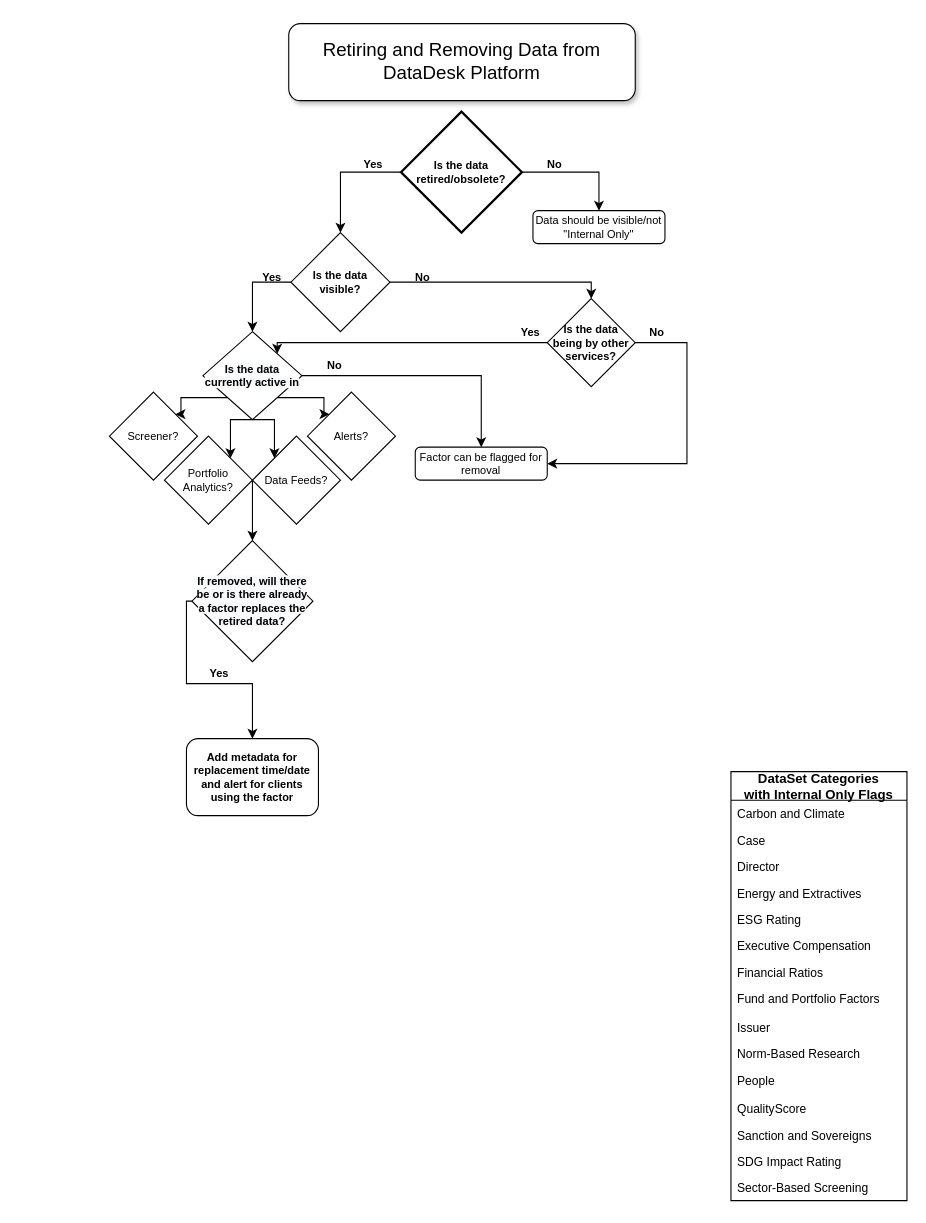
Before: DD_ObsoleteMetadata/obsoleteMetadata.drawio in slingshotdancu/slingshotdancu.github.io, a draw.io diagram. Source tidied: cells renumbered, new cells numbered last; positions are measured from the earlier drawing's top-left corner, leaving out a move shared by most shapes. Both pictures are drawn from the tidied source at 110%, with x=0, y=0 at pixel (109, 23).
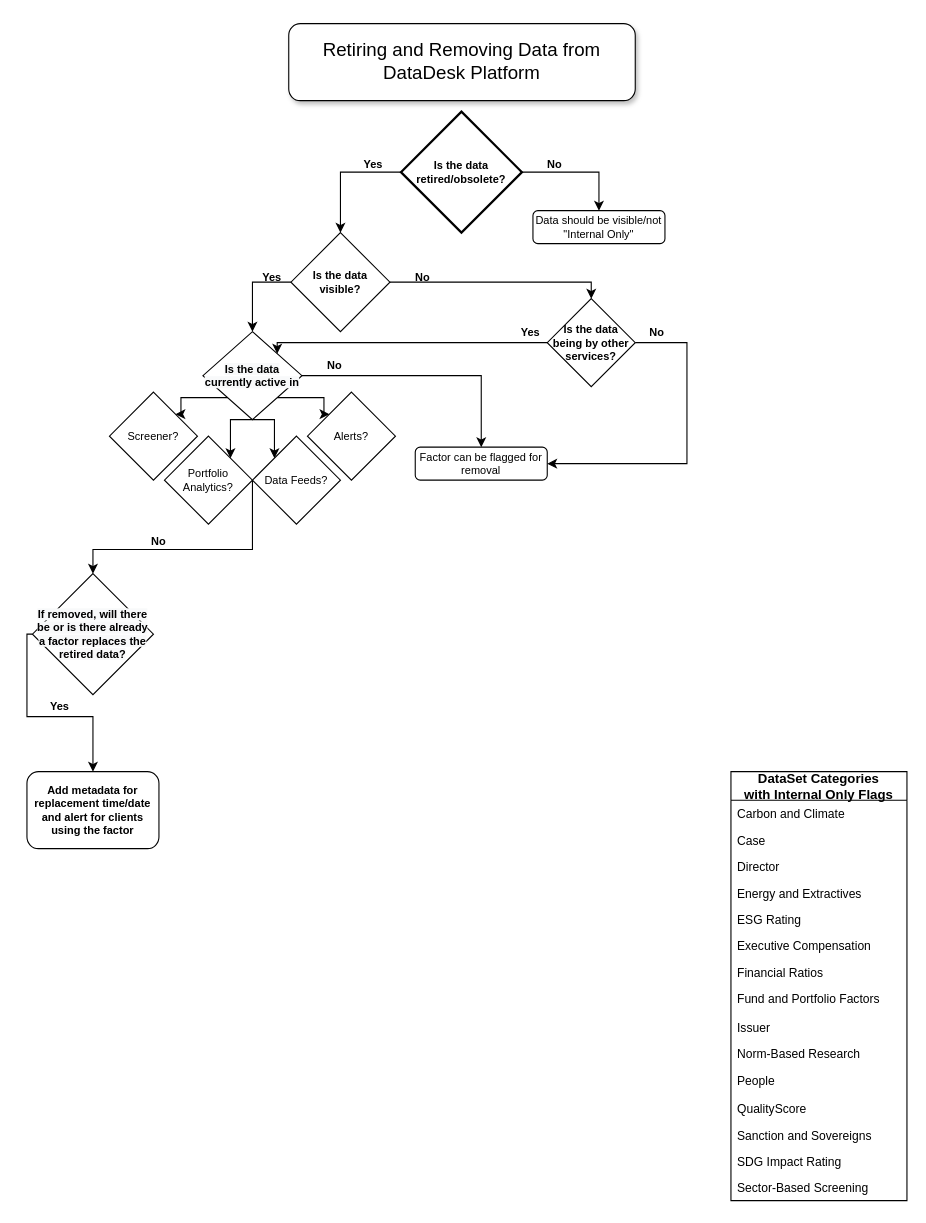
After the change.

The change refers to these unchanged cells:
```xml
<mxCell id="25" value="Portfolio Analytics?" style="rhombus;whiteSpace=wrap;html=1;fontSize=10;" parent="1" vertex="1">
  <mxGeometry x="50" y="375" width="80" height="80" as="geometry" />
</mxCell>
```

The edit, as a diff of the source:
```diff
@@
     <mxCell id="6" value="Add metadata for replacement time/date and alert for clients using the factor" style="rounded=1;whiteSpace=wrap;html=1;fontSize=10;verticalAlign=middle;fontStyle=1;" parent="1" vertex="1">
-      <mxGeometry x="70" y="650" width="120" height="70" as="geometry" />
+      <mxGeometry x="-75" y="680" width="120" height="70" as="geometry" />
     </mxCell>
@@
     <mxCell id="19" style="edgeStyle=orthogonalEdgeStyle;rounded=0;jettySize=auto;html=1;exitX=0;exitY=0.5;exitDx=0;exitDy=0;entryX=0.5;entryY=0;entryDx=0;entryDy=0;fontSize=10;" parent="1" edge="1" source="20" target="6">
       <mxGeometry relative="1" as="geometry">
         <Array as="points">
-          <mxPoint x="70" y="600" />
-          <mxPoint x="130" y="600" />
+          <mxPoint x="-75" y="630" />
+          <mxPoint x="-15" y="630" />
         </Array>
       </mxGeometry>
     </mxCell>
     <mxCell id="20" value="&lt;span style=&quot;color: rgb(0 , 0 , 0) ; font-family: &amp;#34;helvetica&amp;#34; ; font-size: 10px ; font-style: normal ; font-weight: 700 ; letter-spacing: normal ; text-align: center ; text-indent: 0px ; text-transform: none ; word-spacing: 0px ; background-color: rgb(248 , 249 , 250) ; display: inline ; float: none&quot;&gt;If removed, will there be or is there already a factor replaces the retired data?&lt;/span&gt;" style="rhombus;whiteSpace=wrap;html=1;fontSize=10;verticalAlign=middle;" parent="1" vertex="1">
-      <mxGeometry x="75" y="470" width="110" height="110" as="geometry" />
+      <mxGeometry x="-70" y="500" width="110" height="110" as="geometry" />
     </mxCell>
@@
     <mxCell id="23" value="Yes" style="text;html=1;strokeColor=none;fillColor=none;align=center;verticalAlign=middle;whiteSpace=wrap;rounded=0;fontSize=10;rotation=0;fontStyle=1;" parent="1" vertex="1">
-      <mxGeometry x="85" y="580" width="30" height="20" as="geometry" />
+      <mxGeometry x="-60" y="610" width="30" height="20" as="geometry" />
     </mxCell>
-    <mxCell id="24" style="edgeStyle=orthogonalEdgeStyle;rounded=0;jettySize=auto;html=1;exitX=1;exitY=0.5;exitDx=0;exitDy=0;entryX=0.5;entryY=0;entryDx=0;entryDy=0;fontSize=11;" parent="1" edge="1" source="25" target="20">
+    <mxCell id="24" style="edgeStyle=orthogonalEdgeStyle;rounded=0;jettySize=auto;html=1;exitX=1;exitY=0.5;exitDx=0;exitDy=0;entryX=0.5;entryY=0;entryDx=0;entryDy=0;" parent="1" edge="1" source="25" target="20">
       <mxGeometry relative="1" as="geometry">
         <Array as="points">
-          <mxPoint x="130" y="460" />
-          <mxPoint x="130" y="460" />
+          <mxPoint x="130" y="478" />
+          <mxPoint x="-15" y="478" />
         </Array>
       </mxGeometry>
     </mxCell>
@@
+    <mxCell id="52" value="No" style="text;html=1;strokeColor=none;fillColor=none;align=center;verticalAlign=middle;whiteSpace=wrap;rounded=0;fontSize=10;rotation=0;fontStyle=1;" parent="1" vertex="1">
+      <mxGeometry x="25" y="460" width="40" height="20" as="geometry" />
+    </mxCell>
```
